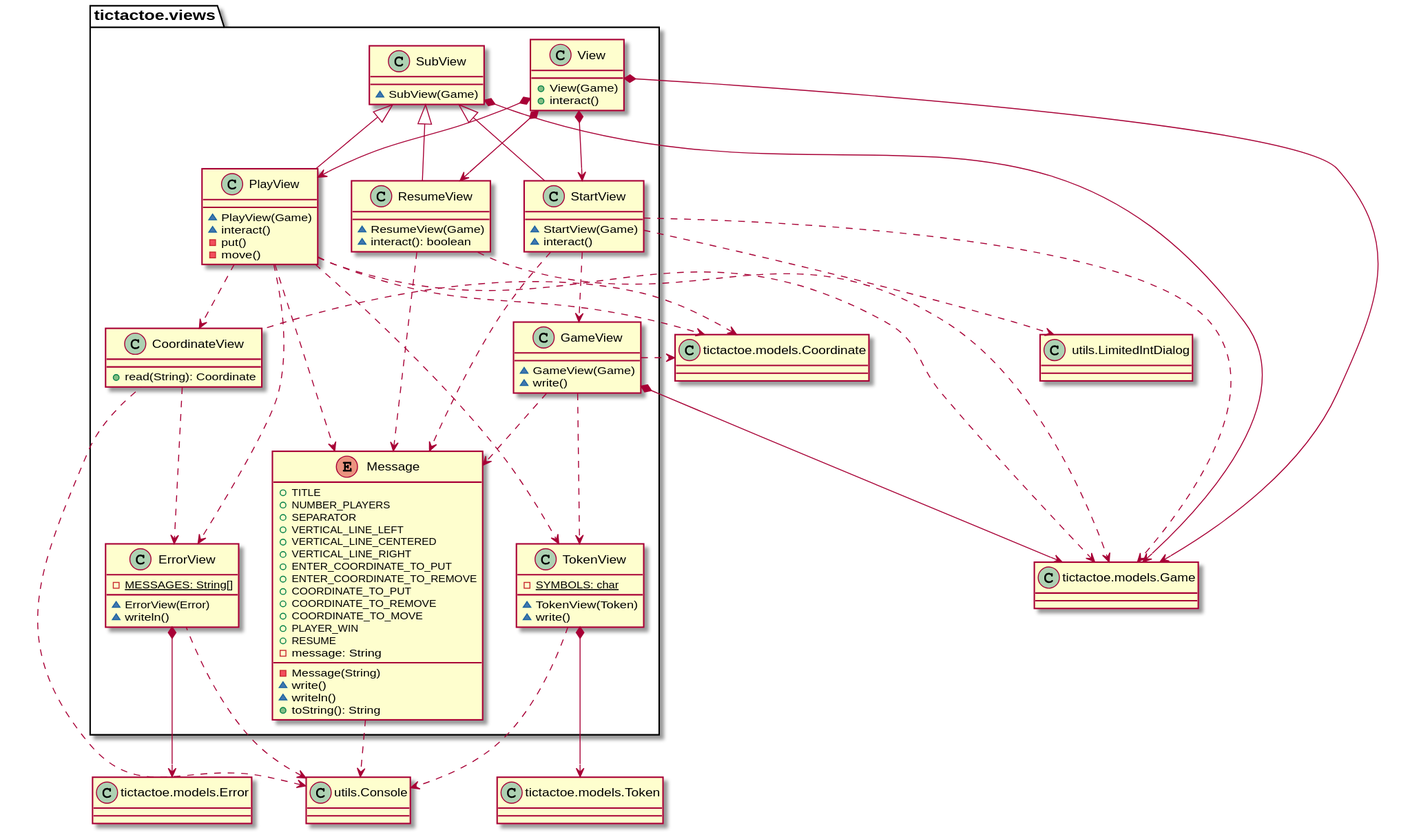
Earlier version of the PlantUML export documentView/console/docs/diagrams/out/paquetes/tictactoe.views.svg (Jolucaa/USantaTecla-project-ticTacToe).
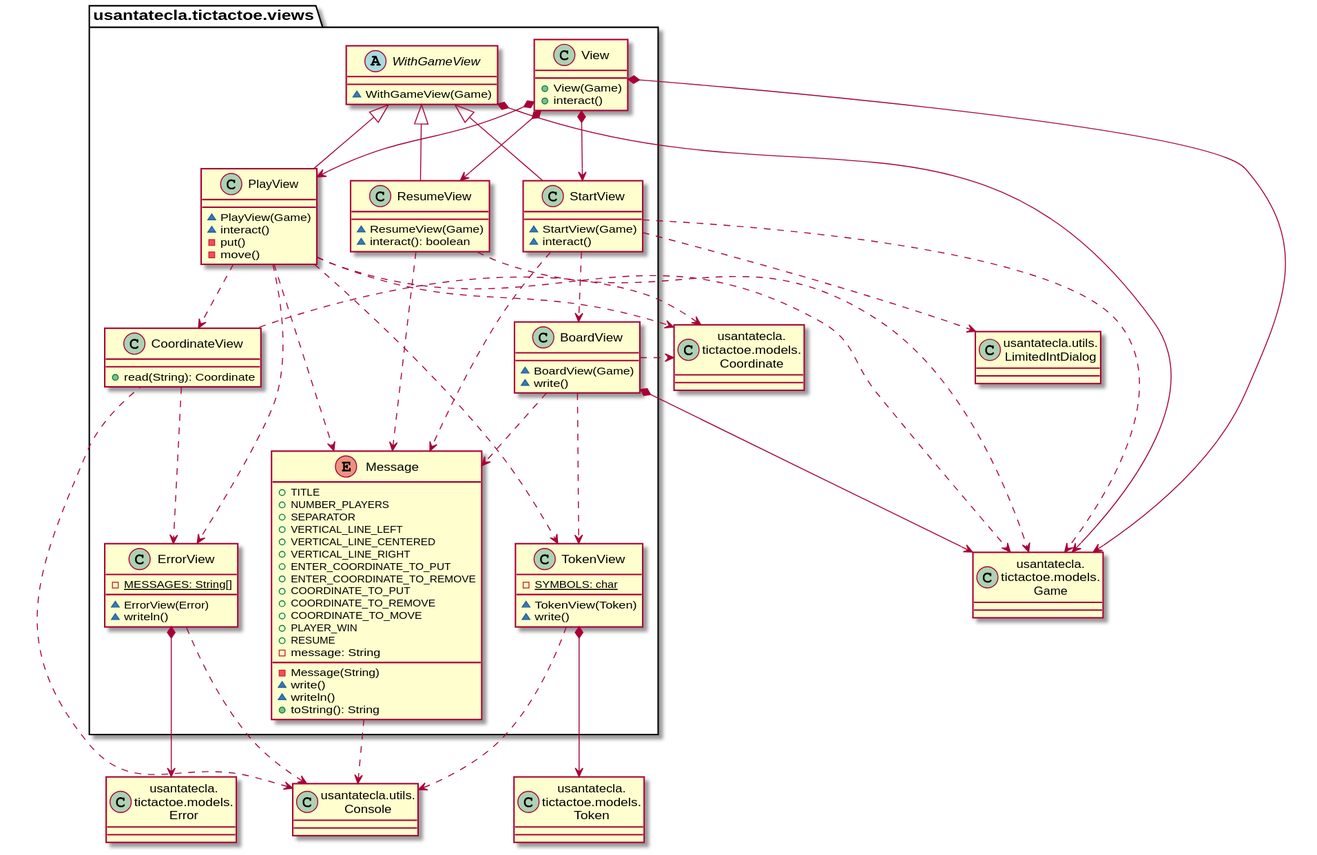
After the change.

The edit, as a diff of the source:
```diff
@@ -1,110 +1,110 @@
 @startuml
-class Console as "utils.Console"{}
-class Coordinate as "tictactoe.models.Coordinate" {}
-class Game as "tictactoe.models.Game"{}
-class LimitedIntDialog as " utils.LimitedIntDialog"{}
-class Token as "tictactoe.models.Token"{}
-class Error as "tictactoe.models.Error"{}
+class Console as "usantatecla.utils.\nConsole"
+class Coordinate as "usantatecla.\ntictactoe.models.\nCoordinate"
+class Game as "usantatecla.\ntictactoe.models.\nGame"
+class LimitedIntDialog as "usantatecla.utils.\nLimitedIntDialog"
+class Token as "usantatecla.\ntictactoe.models.\nToken"
+class Error as "usantatecla.\ntictactoe.models.\nError"
 
-class  tictactoe.views.CoordinateView{
-+ read(String): Coordinate
+class  usantatecla.tictactoe.views.CoordinateView{
+  + read(String): Coordinate
 }
-Console <..-down- tictactoe.views.CoordinateView
-Coordinate <..-down- tictactoe.views.CoordinateView
-tictactoe.views.CoordinateView ..> tictactoe.views.ErrorView
+Console <..-down- usantatecla.tictactoe.views.CoordinateView
+Coordinate <..-down- usantatecla.tictactoe.views.CoordinateView
+usantatecla.tictactoe.views.CoordinateView ..> usantatecla.tictactoe.views.ErrorView
 
-class  tictactoe.views.ErrorView{
-- {static} MESSAGES: String[]
-~ ErrorView(Error)
-~ writeln()
+class  usantatecla.tictactoe.views.ErrorView{
+  - {static} MESSAGES: String[]
+  ~ ErrorView(Error)
+  ~ writeln()
 }
-Console <..-down- tictactoe.views.ErrorView
-tictactoe.views.ErrorView *-down-> Error
+usantatecla.tictactoe.views.ErrorView *-down-> Error
+Console <..-down- usantatecla.tictactoe.views.ErrorView
 
-class  tictactoe.views.GameView{
-~ GameView(Game)
-~ write()
+class  usantatecla.tictactoe.views.BoardView{
+  ~ BoardView(Game)
+  ~ write()
 }
-tictactoe.views.GameView ..> tictactoe.views.Message
-tictactoe.views.GameView *-down-> Game
-tictactoe.views.GameView ..> Coordinate
-tictactoe.views.GameView ..> tictactoe.views.TokenView
+usantatecla.tictactoe.views.BoardView *-down-> Game
+usantatecla.tictactoe.views.BoardView .down.> usantatecla.tictactoe.views.Message
+usantatecla.tictactoe.views.BoardView .down.> Coordinate
+usantatecla.tictactoe.views.BoardView .down.> usantatecla.tictactoe.views.TokenView
 
-enum  tictactoe.views.Message{
-+ TITLE
-+ NUMBER_PLAYERS
-+ SEPARATOR
-+ VERTICAL_LINE_LEFT
-+ VERTICAL_LINE_CENTERED
-+ VERTICAL_LINE_RIGHT
-+ ENTER_COORDINATE_TO_PUT
-+ ENTER_COORDINATE_TO_REMOVE
-+ COORDINATE_TO_PUT
-+ COORDINATE_TO_REMOVE
-+ COORDINATE_TO_MOVE
-+	PLAYER_WIN
-+ RESUME
-- message: String
-- Message(String)
-~ write()
-~ writeln()
-+ toString(): String
+enum  usantatecla.tictactoe.views.Message{
+  + TITLE
+  + NUMBER_PLAYERS
+  + SEPARATOR
+  + VERTICAL_LINE_LEFT
+  + VERTICAL_LINE_CENTERED
+  + VERTICAL_LINE_RIGHT
+  + ENTER_COORDINATE_TO_PUT
+  + ENTER_COORDINATE_TO_REMOVE
+  + COORDINATE_TO_PUT
+  + COORDINATE_TO_REMOVE
+  + COORDINATE_TO_MOVE
+  +	PLAYER_WIN
+  + RESUME
+  - message: String
+  - Message(String)
+  ~ write()
+  ~ writeln()
+  + toString(): String
 }
-tictactoe.views.Message ..> Console
+usantatecla.tictactoe.views.Message .down.> Console
 
-class  tictactoe.views.PlayView{
-~ PlayView(Game)
-~ interact()
-- put()
-- move()
+class  usantatecla.tictactoe.views.PlayView{
+  ~ PlayView(Game)
+  ~ interact()
+  - put()
+  - move()
 }
-tictactoe.views.WithGameView <|-down- tictactoe.views.PlayView
-tictactoe.views.PlayView ..> Game
-tictactoe.views.PlayView ..> tictactoe.views.TokenView
-tictactoe.views.PlayView ..> tictactoe.views.Message
-tictactoe.views.PlayView ..> Coordinate
-tictactoe.views.PlayView ..> tictactoe.views.CoordinateView
-tictactoe.views.PlayView ..> tictactoe.views.ErrorView
+usantatecla.tictactoe.views.WithGameView <|-down- usantatecla.tictactoe.views.PlayView
+usantatecla.tictactoe.views.PlayView .down.> usantatecla.tictactoe.views.TokenView
+usantatecla.tictactoe.views.PlayView .down.> usantatecla.tictactoe.views.Message
+usantatecla.tictactoe.views.PlayView .down.> usantatecla.tictactoe.views.CoordinateView
+usantatecla.tictactoe.views.PlayView .down.> usantatecla.tictactoe.views.ErrorView
+usantatecla.tictactoe.views.PlayView .down.> Game
+usantatecla.tictactoe.views.PlayView .down.> Coordinate
 
-class  tictactoe.views.ResumeView{
-~ ResumeView(Game)
-~ interact(): boolean
+class  usantatecla.tictactoe.views.ResumeView{
+  ~ ResumeView(Game)
+  ~ interact(): boolean
 
 }
-tictactoe.views.WithGameView <|-down- tictactoe.views.ResumeView
-tictactoe.views.ResumeView ..> Game
-tictactoe.views.ResumeView ..> tictactoe.views.Message
+usantatecla.tictactoe.views.WithGameView <|-down- usantatecla.tictactoe.views.ResumeView
+usantatecla.tictactoe.views.ResumeView .down.> usantatecla.tictactoe.views.Message
+usantatecla.tictactoe.views.ResumeView .down.> Game
 
-class tictactoe.views.StartView{
-~ StartView(Game)
-~ interact()
+class usantatecla.tictactoe.views.StartView{
+  ~ StartView(Game)
+  ~ interact()
 }
-tictactoe.views.WithGameView <|-down- tictactoe.views.StartView
-tictactoe.views.StartView ..> Game
-tictactoe.views.StartView ..> tictactoe.views.GameView
-tictactoe.views.StartView ..> LimitedIntDialog
-tictactoe.views.StartView ..> tictactoe.views.Message
+usantatecla.tictactoe.views.WithGameView <|-down- usantatecla.tictactoe.views.StartView
+usantatecla.tictactoe.views.StartView .down.> usantatecla.tictactoe.views.BoardView
+usantatecla.tictactoe.views.StartView .down.> usantatecla.tictactoe.views.Message
+usantatecla.tictactoe.views.StartView .down.> Game
+usantatecla.tictactoe.views.StartView .down.> LimitedIntDialog
 
-class tictactoe.views.WithGameView{
-~ WithGameView(Game)
+abstract class usantatecla.tictactoe.views.WithGameView{
+  ~ WithGameView(Game)
 }
 
-tictactoe.views.WithGameView *--> Game
+usantatecla.tictactoe.views.WithGameView *-down-> Game
 
-class tictactoe.views.TokenView{
-- {static} SYMBOLS: char
-~ TokenView(Token)
-~ write()
+class usantatecla.tictactoe.views.TokenView{
+  - {static} SYMBOLS: char
+  ~ TokenView(Token)
+  ~ write()
 }
-tictactoe.views.TokenView *--> Token
-tictactoe.views.TokenView ..> Console
+usantatecla.tictactoe.views.TokenView *-down-> Token
+usantatecla.tictactoe.views.TokenView .down.> Console
 
-class  tictactoe.views.View{
-+ View(Game)
-+ interact()
+class  usantatecla.tictactoe.views.View{
+  + View(Game)
+  + interact()
 }
-tictactoe.views.View *-down-> Game
-tictactoe.views.View *-down-> tictactoe.views.StartView
-tictactoe.views.View *-down-> tictactoe.views.PlayView
-tictactoe.views.View *-down-> tictactoe.views.ResumeView
+usantatecla.tictactoe.views.View *-down-> usantatecla.tictactoe.views.StartView
+usantatecla.tictactoe.views.View *-down-> usantatecla.tictactoe.views.PlayView
+usantatecla.tictactoe.views.View *-down-> usantatecla.tictactoe.views.ResumeView
+usantatecla.tictactoe.views.View *-down-> Game
 @enduml
```
